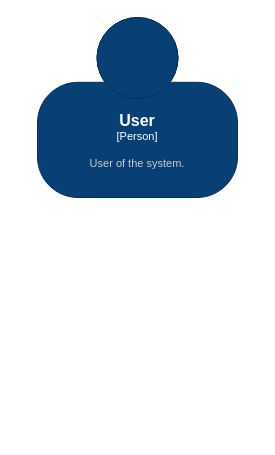
The draw.io diagram doc/architecture/c4/diagrams/fargo-c4-context.drawio in silvestrinigor/Fargo, before the edit. Source tidied: cells renumbered, new cells numbered last; positions are measured from the earlier drawing's top-left corner, leaving out a move shared by most shapes. Both pictures are drawn from the tidied source at 100%, with x=0, y=0 at pixel (37, 17).
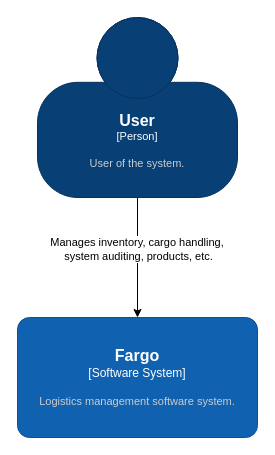
The same page after the edit.

The edit, as a diff of the source:
```diff
@@
 <mxGraphModel>
   <root>
     <mxCell id="0" />
     <mxCell id="1" parent="0" />
+    <mxCell id="3" style="edgeStyle=orthogonalEdgeStyle;rounded=0;jettySize=auto;html=1;" parent="1" edge="1" source="2" target="5">
+      <mxGeometry relative="1" as="geometry" />
+    </mxCell>
+    <mxCell id="4" value="&lt;div&gt;Manages inventory, cargo handling,&amp;nbsp;&lt;/div&gt;&lt;div&gt;system auditing, products, etc.&lt;/div&gt;" style="edgeLabel;html=1;align=center;verticalAlign=middle;" parent="3" vertex="1">
+      <mxGeometry x="-0.15" relative="1" as="geometry" />
+    </mxCell>
     <object id="2" label="&lt;font style=&quot;font-size: 16px&quot;&gt;&lt;b&gt;%c4Name%&lt;/b&gt;&lt;/font&gt;&lt;div&gt;[%c4Type%]&lt;/div&gt;&lt;br&gt;&lt;div&gt;&lt;font style=&quot;font-size: 11px&quot;&gt;&lt;font color=&quot;#cccccc&quot;&gt;%c4Description%&lt;/font&gt;&lt;/div&gt;" c4Description="User of the system." c4Name="User" c4Type="Person" placeholders="1">
       <mxCell style="html=1;fontSize=11;dashed=0;whiteSpace=wrap;fillColor=#083F75;strokeColor=#06315C;fontColor=#ffffff;shape=mxgraph.c4.person2;align=center;points=[[0.5,0,0],[1,0.5,0],[1,0.75,0],[0.75,1,0],[0.5,1,0],[0.25,1,0],[0,0.75,0],[0,0.5,0]];" parent="1" vertex="1">
         <mxGeometry width="200" height="180" as="geometry" />
       </mxCell>
     </object>
+    <object id="5" label="&lt;font style=&quot;font-size: 16px&quot;&gt;&lt;b&gt;%c4Name%&lt;/b&gt;&lt;/font&gt;&lt;div&gt;[%c4Type%]&lt;/div&gt;&lt;br&gt;&lt;div&gt;&lt;font style=&quot;font-size: 11px&quot;&gt;&lt;font color=&quot;#cccccc&quot;&gt;%c4Description%&lt;/font&gt;&lt;/div&gt;" c4Description="Logistics management software system." c4Name="Fargo" c4Type="Software System" placeholders="1">
+      <mxCell style="rounded=1;whiteSpace=wrap;html=1;labelBackgroundColor=none;fillColor=#1061B0;fontColor=#ffffff;align=center;arcSize=10;strokeColor=#0D5091;points=[[0.25,0,0],[0.5,0,0],[0.75,0,0],[1,0.25,0],[1,0.5,0],[1,0.75,0],[0.75,1,0],[0.5,1,0],[0.25,1,0],[0,0.75,0],[0,0.5,0],[0,0.25,0]];" parent="1" vertex="1">
+        <mxGeometry x="-20" y="300" width="240" height="120" as="geometry" />
+      </mxCell>
+    </object>
   </root>
 </mxGraphModel>
```
